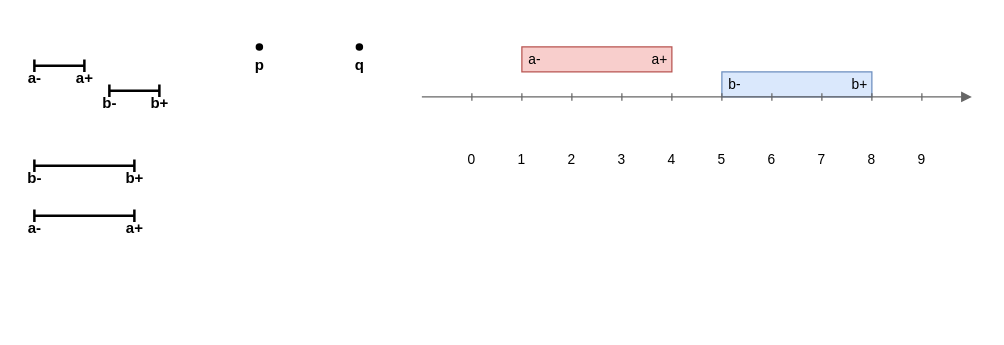
This is page "Relations-Src" (4 of 4) of res/resources.drawio from gchudnov/mindthegap, a draw.io file, before an edit. Source tidied: cells renumbered, new cells numbered last; positions are measured from the earlier drawing's top-left corner, leaving out a move shared by most shapes. Both pictures are drawn from the tidied source at 125%, with x=0, y=0 at pixel (21, 21).
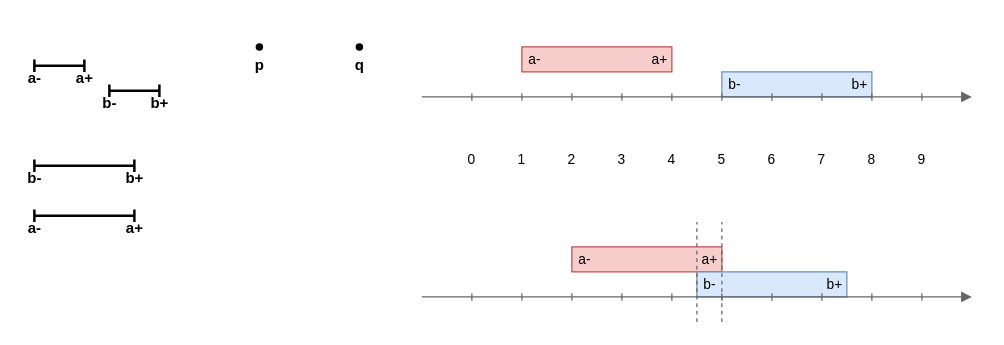
Above is the later version.

The edit, as a diff of the source:
```diff
@@
+    <mxCell id="51" style="group;" parent="1" vertex="1">
+      <mxGeometry x="440" y="180" width="120" height="20" as="geometry" />
+    </mxCell>
+    <mxCell id="52" style="rounded=0;whiteSpace=wrap;html=1;fontSize=12;strokeWidth=1;fillColor=#f8cecc;strokeColor=#b85450;" parent="51" vertex="1">
+      <mxGeometry width="120" height="20" as="geometry" />
+    </mxCell>
+    <mxCell id="53" value="&lt;p style=&quot;line-height: 1.2&quot;&gt;a-&lt;/p&gt;" style="text;html=1;strokeColor=none;fillColor=none;align=center;verticalAlign=middle;rounded=0;fontSize=11;labelPosition=center;verticalLabelPosition=middle;horizontal=1;" parent="51" vertex="1">
+      <mxGeometry width="20" height="20" as="geometry" />
+    </mxCell>
+    <mxCell id="54" value="a+" style="text;html=1;strokeColor=none;fillColor=none;align=center;verticalAlign=middle;rounded=0;fontSize=11;spacing=2;" parent="51" vertex="1">
+      <mxGeometry x="100" width="20" height="20" as="geometry" />
+    </mxCell>
+    <mxCell id="55" style="group;" parent="1" vertex="1">
+      <mxGeometry x="540" y="200" width="120" height="20" as="geometry" />
+    </mxCell>
+    <mxCell id="56" style="rounded=0;whiteSpace=wrap;html=1;fontSize=12;strokeWidth=1;fillColor=#dae8fc;strokeColor=#6c8ebf;" parent="55" vertex="1">
+      <mxGeometry width="120" height="20" as="geometry" />
+    </mxCell>
+    <mxCell id="57" value="b-" style="text;html=1;strokeColor=none;fillColor=none;align=center;verticalAlign=middle;rounded=0;fontSize=11;" parent="55" vertex="1">
+      <mxGeometry width="20" height="20" as="geometry" />
+    </mxCell>
+    <mxCell id="58" value="b+" style="text;strokeColor=none;fillColor=none;align=center;verticalAlign=middle;rounded=0;fontSize=11;html=1;spacing=2;" parent="55" vertex="1">
+      <mxGeometry x="100" width="20" height="20" as="geometry" />
+    </mxCell>
+    <mxCell id="59" style="group;" parent="1" vertex="1">
+      <mxGeometry x="320" y="217" width="440" height="6" as="geometry" />
+    </mxCell>
+    <mxCell id="60" style="endArrow=block;html=1;fontSize=12;strokeWidth=1;fillColor=#f5f5f5;strokeColor=#666666;endFill=1;" parent="59" edge="1">
+      <mxGeometry relative="1" as="geometry">
+        <mxPoint y="3" as="sourcePoint" />
+        <mxPoint x="440" y="3" as="targetPoint" />
+      </mxGeometry>
+    </mxCell>
+    <mxCell id="61" style="endArrow=none;html=1;fontSize=12;spacing=2;strokeWidth=1;fillColor=#f5f5f5;strokeColor=#666666;" parent="59" edge="1">
+      <mxGeometry relative="1" as="geometry">
+        <mxPoint x="80" y="6" as="sourcePoint" />
+        <mxPoint x="80" as="targetPoint" />
+      </mxGeometry>
+    </mxCell>
+    <mxCell id="62" style="endArrow=none;html=1;fontSize=12;spacing=2;strokeWidth=1;fillColor=#f5f5f5;strokeColor=#666666;" parent="59" edge="1">
+      <mxGeometry relative="1" as="geometry">
+        <mxPoint x="120" y="6" as="sourcePoint" />
+        <mxPoint x="120" as="targetPoint" />
+      </mxGeometry>
+    </mxCell>
+    <mxCell id="63" style="endArrow=none;html=1;fontSize=12;spacing=2;strokeWidth=1;fillColor=#f5f5f5;strokeColor=#666666;" parent="59" edge="1">
+      <mxGeometry relative="1" as="geometry">
+        <mxPoint x="160" y="6" as="sourcePoint" />
+        <mxPoint x="160" as="targetPoint" />
+      </mxGeometry>
+    </mxCell>
+    <mxCell id="64" style="endArrow=none;html=1;fontSize=12;spacing=2;strokeWidth=1;fillColor=#f5f5f5;strokeColor=#666666;" parent="59" edge="1">
+      <mxGeometry relative="1" as="geometry">
+        <mxPoint x="200" y="6" as="sourcePoint" />
+        <mxPoint x="200" as="targetPoint" />
+      </mxGeometry>
+    </mxCell>
+    <mxCell id="65" style="endArrow=none;html=1;fontSize=12;spacing=2;strokeWidth=1;fillColor=#f5f5f5;strokeColor=#666666;" parent="59" edge="1">
+      <mxGeometry relative="1" as="geometry">
+        <mxPoint x="240" y="6" as="sourcePoint" />
+        <mxPoint x="240" as="targetPoint" />
+      </mxGeometry>
+    </mxCell>
+    <mxCell id="66" style="endArrow=none;html=1;fontSize=12;spacing=2;strokeWidth=1;fillColor=#f5f5f5;strokeColor=#666666;" parent="59" edge="1">
+      <mxGeometry relative="1" as="geometry">
+        <mxPoint x="280" y="6" as="sourcePoint" />
+        <mxPoint x="280" as="targetPoint" />
+      </mxGeometry>
+    </mxCell>
+    <mxCell id="67" style="endArrow=none;html=1;fontSize=12;spacing=2;strokeWidth=1;fillColor=#f5f5f5;strokeColor=#666666;" parent="59" edge="1">
+      <mxGeometry relative="1" as="geometry">
+        <mxPoint x="320" y="6" as="sourcePoint" />
+        <mxPoint x="320" as="targetPoint" />
+      </mxGeometry>
+    </mxCell>
+    <mxCell id="68" style="endArrow=none;html=1;fontSize=12;spacing=2;strokeWidth=1;fillColor=#f5f5f5;strokeColor=#666666;" parent="59" edge="1">
+      <mxGeometry relative="1" as="geometry">
+        <mxPoint x="360" y="6" as="sourcePoint" />
+        <mxPoint x="360" as="targetPoint" />
+      </mxGeometry>
+    </mxCell>
+    <mxCell id="69" style="endArrow=none;html=1;fontSize=12;spacing=2;strokeWidth=1;fillColor=#f5f5f5;strokeColor=#666666;" parent="59" edge="1">
+      <mxGeometry relative="1" as="geometry">
+        <mxPoint x="40" y="6" as="sourcePoint" />
+        <mxPoint x="40" as="targetPoint" />
+      </mxGeometry>
+    </mxCell>
+    <mxCell id="70" style="endArrow=none;html=1;fontSize=12;spacing=2;strokeWidth=1;fillColor=#f5f5f5;strokeColor=#666666;" parent="59" edge="1">
+      <mxGeometry relative="1" as="geometry">
+        <mxPoint x="400" y="6" as="sourcePoint" />
+        <mxPoint x="400" as="targetPoint" />
+      </mxGeometry>
+    </mxCell>
+    <mxCell id="71" style="endArrow=none;dashed=1;html=1;strokeWidth=1;fontSize=11;fillColor=#f5f5f5;strokeColor=#666666;" parent="1" edge="1">
+      <mxGeometry relative="1" as="geometry">
+        <mxPoint x="560" y="240" as="sourcePoint" />
+        <mxPoint x="560" y="160" as="targetPoint" />
+      </mxGeometry>
+    </mxCell>
+    <mxCell id="72" style="endArrow=none;dashed=1;html=1;strokeWidth=1;fontSize=11;fillColor=#f5f5f5;strokeColor=#666666;" parent="1" edge="1">
+      <mxGeometry relative="1" as="geometry">
+        <mxPoint x="540" y="240" as="sourcePoint" />
+        <mxPoint x="540" y="160" as="targetPoint" />
+      </mxGeometry>
+    </mxCell>
```
